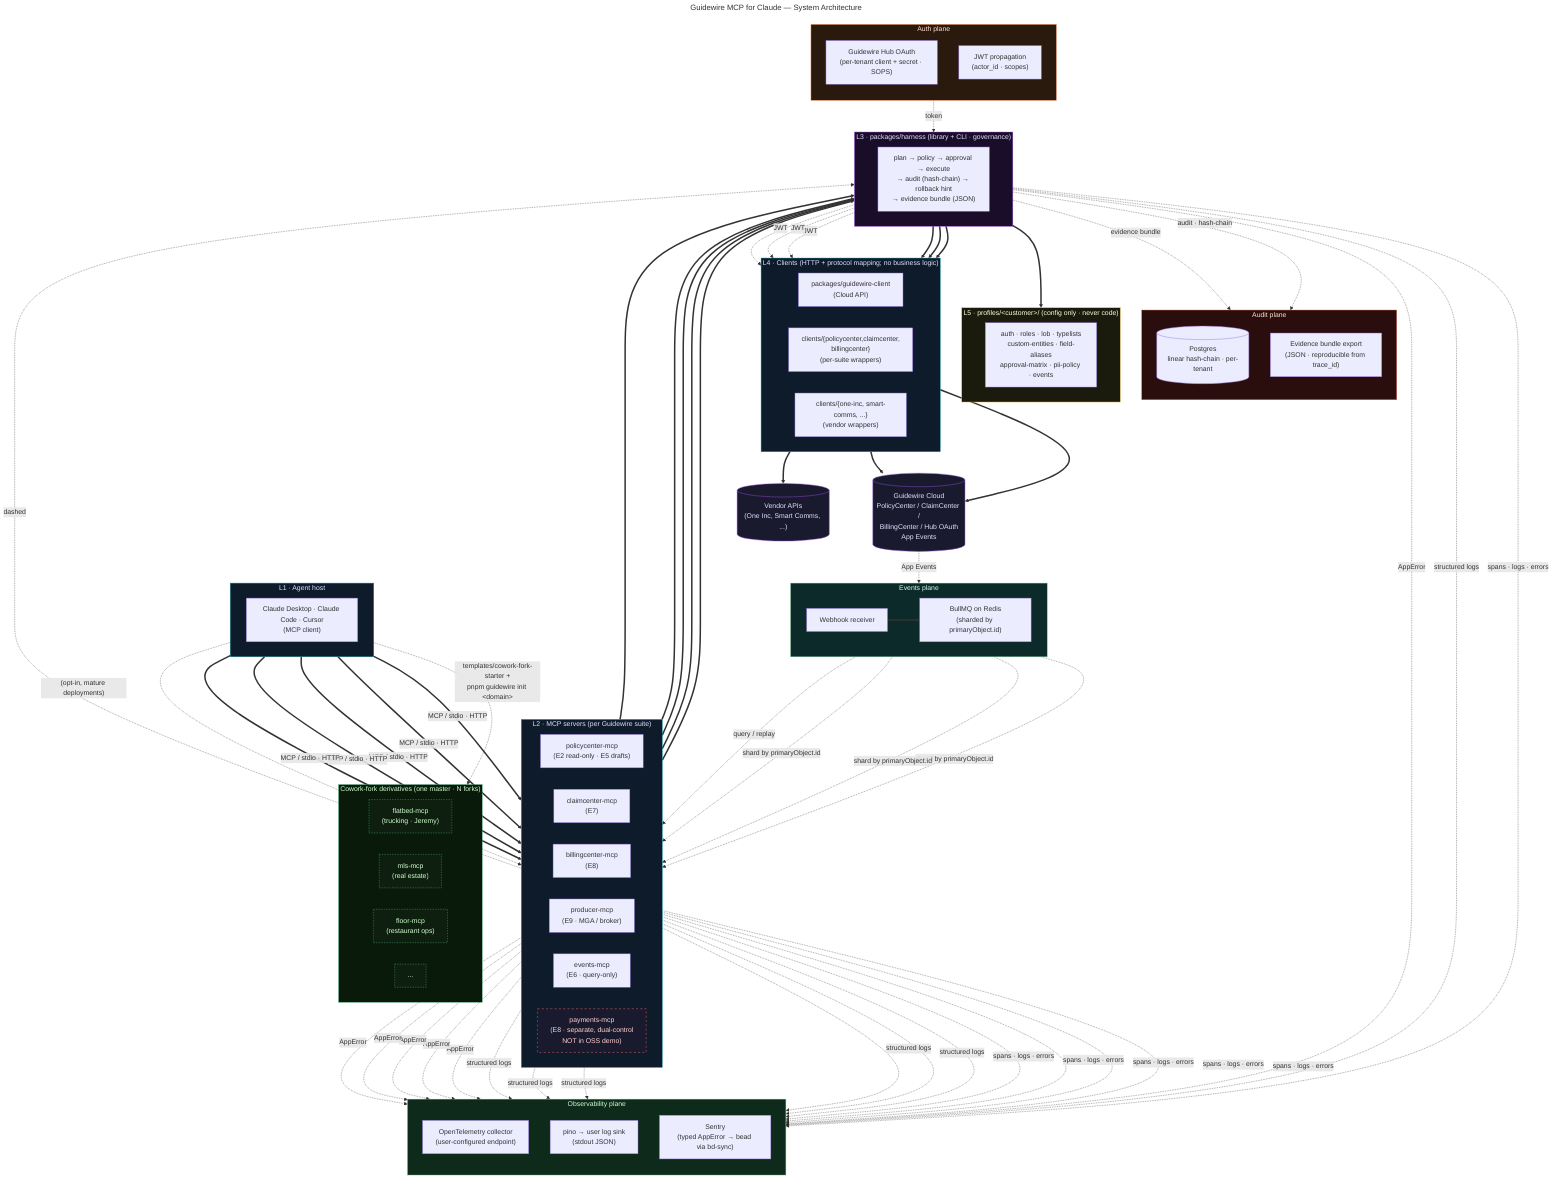
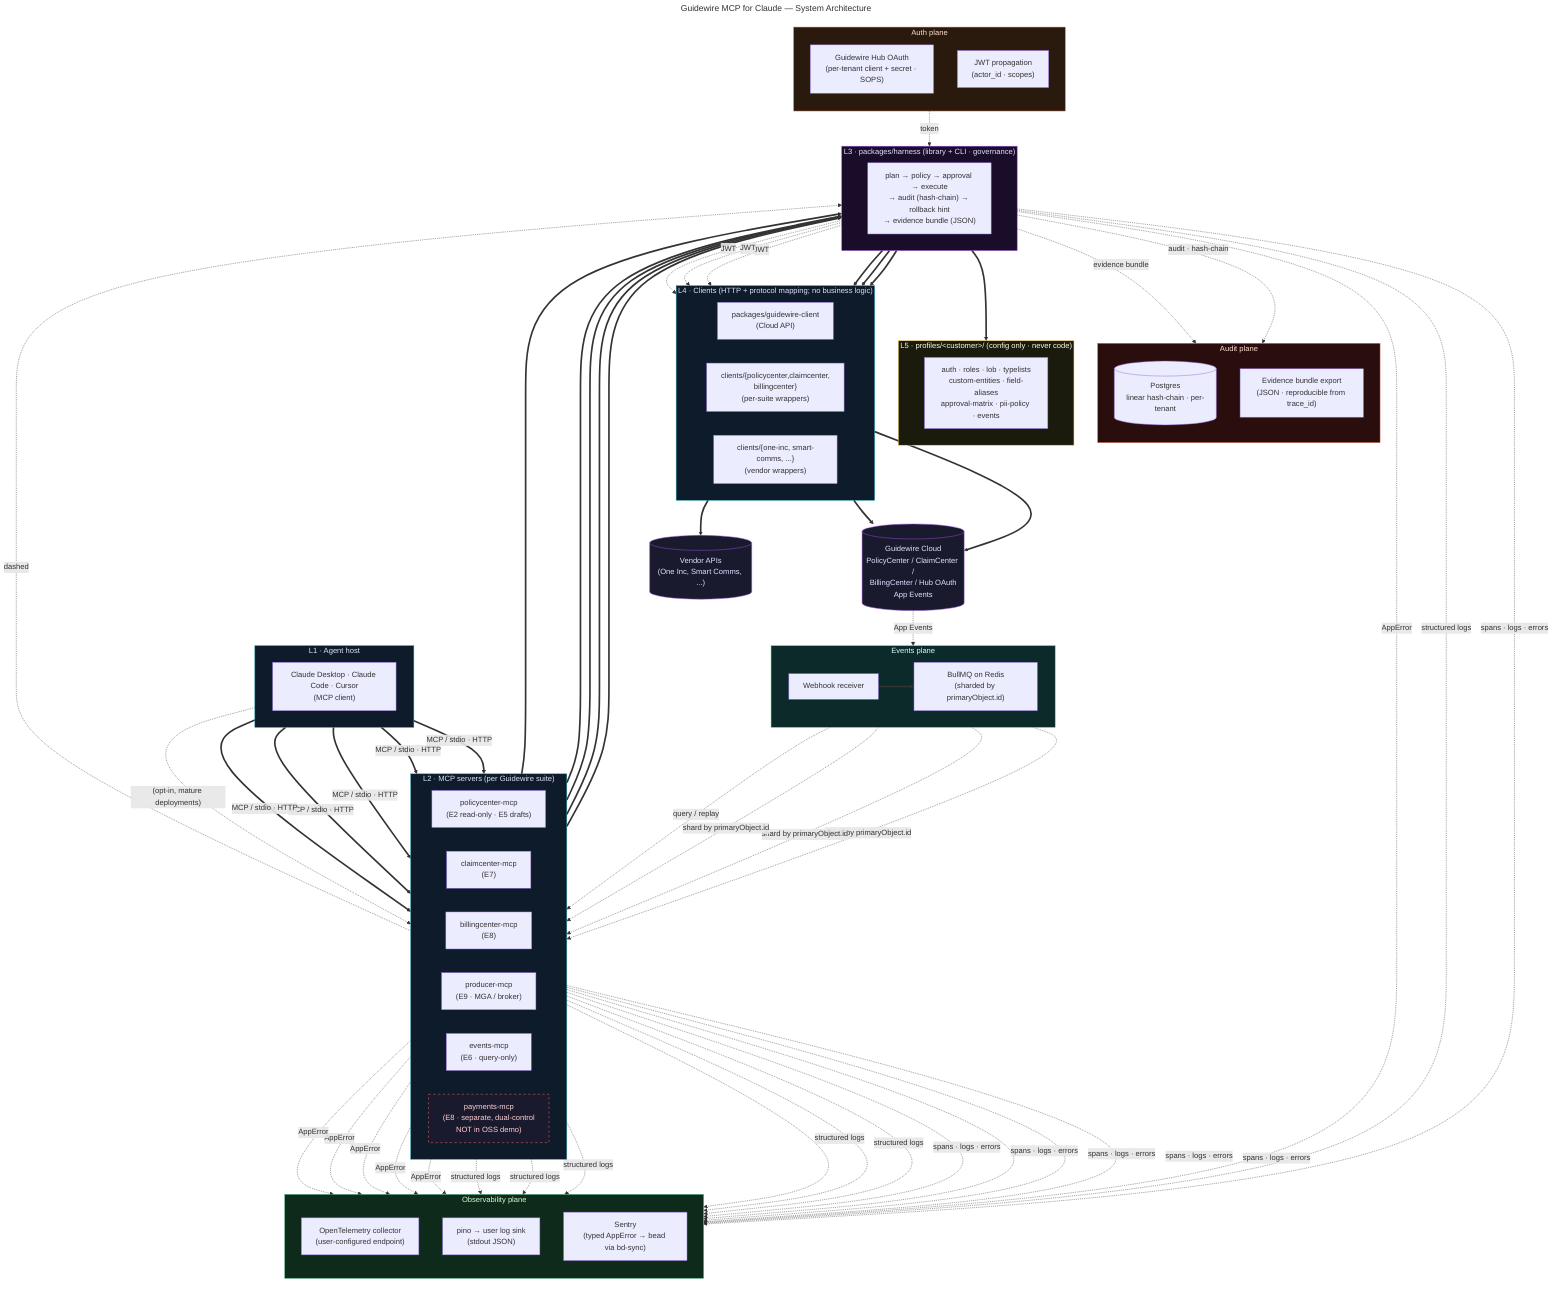
---
title: Guidewire MCP for Claude — System Architecture
---
flowchart TB
    %% Source-of-truth diagram. Renders natively on GitHub (mermaid block
    %% in the embedding markdown) + as SVG via mmdc.
    %% Layers (top→bottom) + cross-cutting planes (right side). Planes
    %% attach via dotted arrows to make the data-flow vs governance
    %% distinction visible.
    %% ─── Layer 1 — Agent host ──────────────────────────────────────
    subgraph L1 ["L1 · Agent host"]
        direction LR
        AH["Claude Desktop · Claude Code · Cursor<br/>(MCP client)"]
    end

    %% ─── Layer 2 — MCP servers (per Guidewire suite) ──────────────
    subgraph L2 ["L2 · MCP servers (per Guidewire suite)"]
        direction LR
        PC["policycenter-mcp<br/>(E2 read-only · E5 drafts)"]
        CC["claimcenter-mcp<br/>(E7)"]
        BC["billingcenter-mcp<br/>(E8)"]
        PR["producer-mcp<br/>(E9 · MGA / broker)"]
        EV["events-mcp<br/>(E6 · query-only)"]
        PM["payments-mcp<br/>(E8 · separate, dual-control<br/>NOT in OSS demo)"]:::dashed
    end

    %% ─── Layer 3 — Harness (library + CLI, NOT an MCP server) ─────
    subgraph L3 ["L3 · packages/harness (library + CLI · governance)"]
        direction LR
        HARN["plan → policy → approval → execute<br/>→ audit (hash-chain) → rollback hint<br/>→ evidence bundle (JSON)"]
    end

    %% ─── Layer 4 — Clients ────────────────────────────────────────
    subgraph L4 ["L4 · Clients (HTTP + protocol mapping; no business logic)"]
        direction LR
        GWC["packages/guidewire-client<br/>(Cloud API)"]
        SUITE_CL["clients/{policycenter,claimcenter,<br/>billingcenter}<br/>(per-suite wrappers)"]
        VENDOR["clients/{one-inc, smart-comms, ...}<br/>(vendor wrappers)"]
    end

    %% ─── Layer 5 — Customer profiles ──────────────────────────────
    subgraph L5 ["L5 · profiles/&lt;customer&gt;/ (config only · never code)"]
        direction LR
        PROF["auth · roles · lob · typelists<br/>custom-entities · field-aliases<br/>approval-matrix · pii-policy · events"]
    end

    %% ─── External — Guidewire Cloud + vendors ─────────────────────
    GW_CLOUD[("Guidewire Cloud<br/>PolicyCenter / ClaimCenter /<br/>BillingCenter / Hub OAuth<br/>App Events")]:::external
    VENDOR_API[("Vendor APIs<br/>(One Inc, Smart Comms, ...)")]:::external

    %% ─── Cross-cutting plane — Audit ──────────────────────────────
    subgraph PLANE_AUDIT ["Audit plane"]
        direction TB
        AUD_DB[("Postgres<br/>linear hash-chain · per-tenant")]
        AUD_BUNDLE["Evidence bundle export<br/>(JSON · reproducible from trace_id)"]
    end

    %% ─── Cross-cutting plane — Observability ──────────────────────
    subgraph PLANE_OBS ["Observability plane"]
        direction TB
        OTEL["OpenTelemetry collector<br/>(user-configured endpoint)"]
        PINO["pino → user log sink<br/>(stdout JSON)"]
        SENTRY["Sentry<br/>(typed AppError → bead via bd-sync)"]
    end

    %% ─── Cross-cutting plane — Events ─────────────────────────────
    subgraph PLANE_EVENTS ["Events plane"]
        direction LR
        WEBHOOK["Webhook receiver"]
        QUEUE["BullMQ on Redis<br/>(sharded by primaryObject.id)"]
    end

    %% ─── Cross-cutting plane — Auth ───────────────────────────────
    subgraph PLANE_AUTH ["Auth plane"]
        direction TB
        OAUTH["Guidewire Hub OAuth<br/>(per-tenant client + secret · SOPS)"]
        JWT["JWT propagation<br/>(actor_id · scopes)"]
    end

-     %% ─── Cowork-fork relationship ─────────────────────────────────
-     subgraph FORKS ["Cowork-fork derivatives (one master · N forks)"]
-         direction LR
-         FLATBED["flatbed-mcp<br/>(trucking · Jeremy)"]:::fork
-         MLS["mls-mcp<br/>(real estate)"]:::fork
-         FLOOR["floor-mcp<br/>(restaurant ops)"]:::fork
-         DOTS["..."]:::fork
-     end
- 
    %% ─── Synchronous data-plane edges ─────────────────────────────
    AH ==>|MCP / stdio · HTTP| PC & CC & BC & PR & EV
    AH -. "(opt-in, mature deployments)" .-> PM
    PC & CC & BC & PR & EV ==> HARN
    PM -. dashed .-> HARN
    HARN ==> GWC & SUITE_CL & VENDOR
    HARN ==> PROF
    GWC ==> GW_CLOUD
    SUITE_CL ==> GW_CLOUD
    VENDOR ==> VENDOR_API

    %% ─── Async events plane (right-side, dotted) ──────────────────
    GW_CLOUD -. App Events .-> WEBHOOK
    WEBHOOK ==> QUEUE
    QUEUE -. "shard by primaryObject.id" .-> CC
    QUEUE -. "shard by primaryObject.id" .-> BC
    QUEUE -. "shard by primaryObject.id" .-> PC
    QUEUE -. "query / replay" .-> EV

    %% ─── Audit + observability fan-in (governance, dotted) ────────
    HARN -. audit · hash-chain .-> AUD_DB
    HARN -. evidence bundle .-> AUD_BUNDLE
    PC & CC & BC & PR & EV & HARN -. spans · logs · errors .-> OTEL
    PC & CC & BC & PR & EV & HARN -. structured logs .-> PINO
    PC & CC & BC & PR & EV & HARN -. AppError .-> SENTRY

    %% ─── Auth ──────────────────────────────────────────────────────
    OAUTH -. token .-> HARN
    HARN -. JWT .-> GWC & SUITE_CL & VENDOR

-     %% ─── Cowork-fork relationship ─────────────────────────────────
-     L1 -. "templates/cowork-fork-starter +<br/>pnpm guidewire init &lt;domain&gt;" .-> FORKS
- 
    %% ─── Styling ──────────────────────────────────────────────────
    classDef external fill:#1a1a2e,stroke:#9d4edd,color:#e0e0ff
    classDef dashed fill:#1a1a2e,stroke:#ff6b6b,stroke-dasharray:5 5,color:#ffd0d0
-     classDef fork fill:#0f1f0f,stroke:#52b788,color:#d0ffd0,stroke-dasharray:3 3

    style L1 fill:#0d1b2a,stroke:#1b9aaa,color:#e0e0ff
    style L2 fill:#0d1b2a,stroke:#1b9aaa,color:#e0e0ff
    style L3 fill:#1a0d2a,stroke:#9d4edd,color:#e0e0ff
    style L4 fill:#0d1b2a,stroke:#1b9aaa,color:#e0e0ff
    style L5 fill:#1a1a0d,stroke:#f9c74f,color:#fffde0
    style PLANE_AUDIT fill:#2a0d0d,stroke:#e76f51,color:#ffe0d0
    style PLANE_OBS fill:#0d2a1a,stroke:#52b788,color:#d0ffd0
    style PLANE_EVENTS fill:#0d2a2a,stroke:#76c893,color:#d0fff0
    style PLANE_AUTH fill:#2a1a0d,stroke:#f9844a,color:#ffe0d0
-     style FORKS fill:#0a1a0a,stroke:#52b788,color:#d0ffd0
